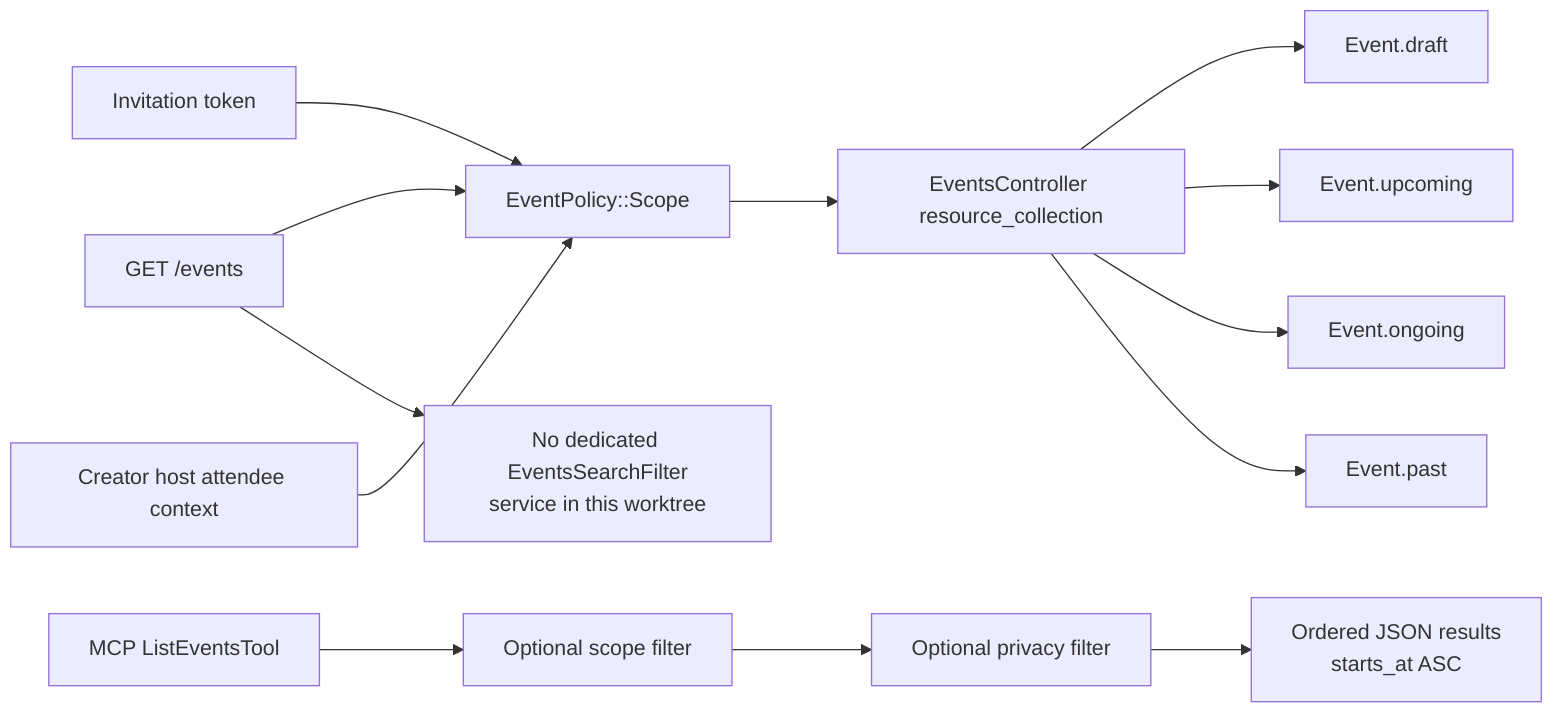
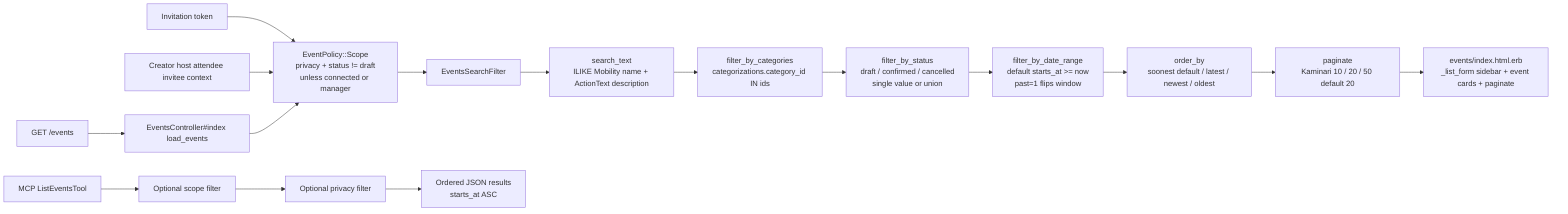
        flowchart LR
-             EventIndex[GET /events] --> EventScope[EventPolicy::Scope]
-             EventScope --> EventRelation[EventsController resource_collection]
-             EventRelation --> Draft[Event.draft]
-             EventRelation --> Upcoming[Event.upcoming]
-             EventRelation --> Ongoing[Event.ongoing]
-             EventRelation --> Past[Event.past]
+             EventIndex[GET /events] --> LoadEvents[EventsController#index load_events]
+             InvitationToken[Invitation token] --> EventScope
+             HostOrAttendance[Creator host attendee invitee context] --> EventScope

-             InvitationToken[Invitation token] --> EventScope
-             HostOrAttendance[Creator host attendee context] --> EventScope
+             LoadEvents --> EventScope[EventPolicy::Scope
+ privacy + status != draft
+ unless connected or manager]
+             EventScope --> Filter[EventsSearchFilter]
+ 
+             Filter --> SearchText[search_text
+ ILIKE Mobility name + ActionText description]
+             SearchText --> Categories[filter_by_categories
+ categorizations.category_id IN ids]
+             Categories --> Status[filter_by_status
+ draft / confirmed / cancelled
+ single value or union]
+             Status --> DateWindow[filter_by_date_range
+ default starts_at >= now
+ past=1 flips window]
+             DateWindow --> OrderBy[order_by
+ soonest default / latest / newest / oldest]
+             OrderBy --> Paginate[paginate
+ Kaminari 10 / 20 / 50 default 20]
+             Paginate --> EventsView[events/index.html.erb
+ _list_form sidebar + event cards + paginate]

            McpList[MCP ListEventsTool] --> McpScope[Optional scope filter]
            McpScope --> PrivacyFilter[Optional privacy filter]
            PrivacyFilter --> OrderedJson[Ordered JSON results
starts_at ASC]
- 
-             BranchNote[No dedicated EventsSearchFilter
- service in this worktree]
-             EventIndex --> BranchNote
